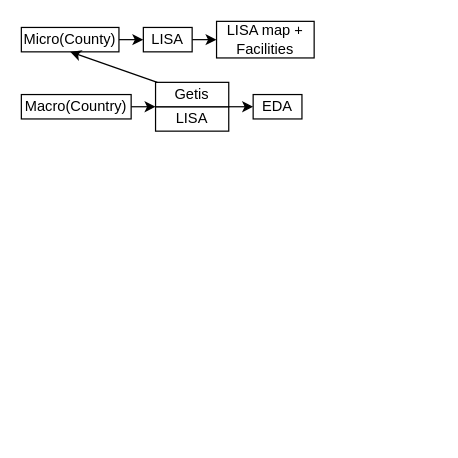
kennywang112/ST-RTA keeps this draw.io diagram as Framework.drawio. Above is the earlier version. Source tidied: cells renumbered, new cells numbered last; positions are measured from the earlier drawing's top-left corner, leaving out a move shared by most shapes. Both pictures are drawn from the tidied source at 122%, with x=0, y=0 at pixel (21, 21).
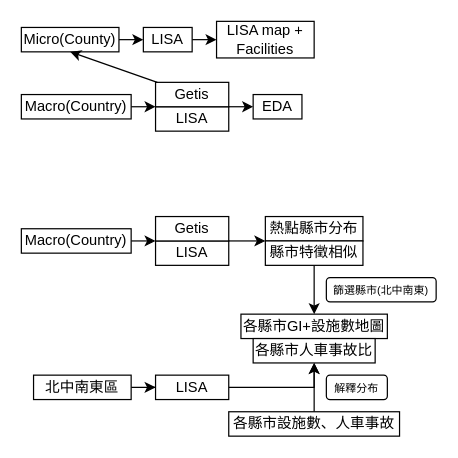
After the change.

Commit message (it also covers changes not shown here):
describe analysis

The edit, as a diff of the source:
```diff
@@
+    <mxCell id="17" style="edgeStyle=orthogonalEdgeStyle;rounded=0;jettySize=auto;html=1;exitX=1;exitY=0.5;exitDx=0;exitDy=0;" parent="1" edge="1" source="18">
+      <mxGeometry relative="1" as="geometry">
+        <mxPoint x="110" y="180.2" as="targetPoint" />
+      </mxGeometry>
+    </mxCell>
+    <mxCell id="18" value="Macro(Country)" style="rounded=0;whiteSpace=wrap;html=1;" parent="1" vertex="1">
+      <mxGeometry y="170" width="90" height="20" as="geometry" />
+    </mxCell>
+    <mxCell id="19" style="group;" parent="1" vertex="1">
+      <mxGeometry x="110" y="160" width="60" height="40" as="geometry" />
+    </mxCell>
+    <mxCell id="20" value="LISA" style="rounded=0;whiteSpace=wrap;html=1;" parent="19" vertex="1">
+      <mxGeometry y="20" width="60" height="20" as="geometry" />
+    </mxCell>
+    <mxCell id="21" value="Getis" style="rounded=0;whiteSpace=wrap;html=1;" parent="19" vertex="1">
+      <mxGeometry width="60" height="20" as="geometry" />
+    </mxCell>
+    <mxCell id="22" value="熱點縣市分布" style="rounded=0;whiteSpace=wrap;html=1;" parent="1" vertex="1">
+      <mxGeometry x="200" y="160" width="80" height="20" as="geometry" />
+    </mxCell>
+    <mxCell id="23" style="edgeStyle=orthogonalEdgeStyle;rounded=0;jettySize=auto;html=1;entryX=0.5;entryY=0;entryDx=0;entryDy=0;" parent="1" edge="1" source="24" target="27">
+      <mxGeometry relative="1" as="geometry" />
+    </mxCell>
+    <mxCell id="24" value="縣市特徵相似" style="rounded=0;whiteSpace=wrap;html=1;" parent="1" vertex="1">
+      <mxGeometry x="200" y="180" width="80" height="20" as="geometry" />
+    </mxCell>
+    <mxCell id="25" style="edgeStyle=orthogonalEdgeStyle;rounded=0;jettySize=auto;html=1;entryX=0;entryY=0.5;entryDx=0;entryDy=0;" parent="1" edge="1" source="26" target="36">
+      <mxGeometry relative="1" as="geometry" />
+    </mxCell>
+    <mxCell id="26" value="北中南東區" style="rounded=0;whiteSpace=wrap;html=1;" parent="1" vertex="1">
+      <mxGeometry x="10" y="290" width="80" height="20" as="geometry" />
+    </mxCell>
+    <mxCell id="27" value="各縣市GI+設施數地圖" style="rounded=0;whiteSpace=wrap;html=1;" parent="1" vertex="1">
+      <mxGeometry x="180" y="240" width="120" height="20" as="geometry" />
+    </mxCell>
+    <mxCell id="28" style="edgeStyle=orthogonalEdgeStyle;rounded=0;jettySize=auto;html=1;entryX=0.5;entryY=1;entryDx=0;entryDy=0;" parent="1" edge="1" source="29" target="30">
+      <mxGeometry relative="1" as="geometry" />
+    </mxCell>
+    <mxCell id="29" value="各縣市設施數、人車事故" style="rounded=0;whiteSpace=wrap;html=1;" parent="1" vertex="1">
+      <mxGeometry x="170" y="320" width="140" height="20" as="geometry" />
+    </mxCell>
+    <mxCell id="30" value="各縣市人車事故比" style="rounded=0;whiteSpace=wrap;html=1;" parent="1" vertex="1">
+      <mxGeometry x="190" y="260" width="100" height="20" as="geometry" />
+    </mxCell>
+    <mxCell id="31" style="edgeStyle=orthogonalEdgeStyle;rounded=0;jettySize=auto;html=1;exitX=1;exitY=0;exitDx=0;exitDy=0;entryX=0;entryY=0;entryDx=0;entryDy=0;" parent="1" edge="1" source="20" target="24">
+      <mxGeometry relative="1" as="geometry" />
+    </mxCell>
+    <mxCell id="32" value="&lt;font style=&quot;font-size: 9px;&quot;&gt;篩選縣市(北中南東)&lt;/font&gt;" style="rounded=1;whiteSpace=wrap;html=1;" parent="1" vertex="1">
+      <mxGeometry x="250" y="210" width="90" height="20" as="geometry" />
+    </mxCell>
+    <mxCell id="33" value="&lt;font style=&quot;font-size: 9px;&quot;&gt;解釋分布&lt;/font&gt;" style="rounded=1;whiteSpace=wrap;html=1;" parent="1" vertex="1">
+      <mxGeometry x="250" y="290" width="50" height="20" as="geometry" />
+    </mxCell>
+    <mxCell id="34" style="edgeStyle=orthogonalEdgeStyle;rounded=0;orthogonalLoop=1;jettySize=auto;html=1;exitX=1;exitY=0.5;exitDx=0;exitDy=0;" parent="1" edge="1">
+      <mxGeometry relative="1" as="geometry">
+        <mxPoint x="159.5" y="320" as="sourcePoint" />
+        <mxPoint x="159.6" y="320.2" as="targetPoint" />
+      </mxGeometry>
+    </mxCell>
+    <mxCell id="35" style="edgeStyle=orthogonalEdgeStyle;rounded=0;jettySize=auto;html=1;entryX=0.5;entryY=1;entryDx=0;entryDy=0;" parent="1" edge="1" source="36" target="30">
+      <mxGeometry relative="1" as="geometry" />
+    </mxCell>
+    <mxCell id="36" value="LISA" style="rounded=0;whiteSpace=wrap;html=1;" parent="1" vertex="1">
+      <mxGeometry x="110" y="290" width="60" height="20" as="geometry" />
+    </mxCell>
```
